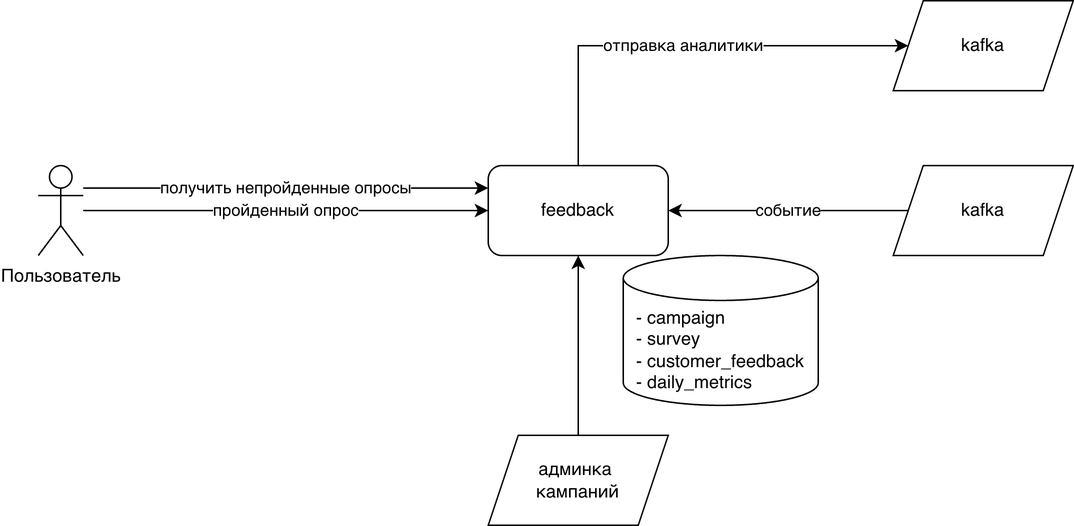
Above: mentoring-feedback.drawio.png in panyukovnn/mentoring-feedback-requirements (draw.io), before the change. Source tidied: cells renumbered, new cells last; positions are measured from the earlier drawing's top-left corner, leaving out a move shared by most shapes.
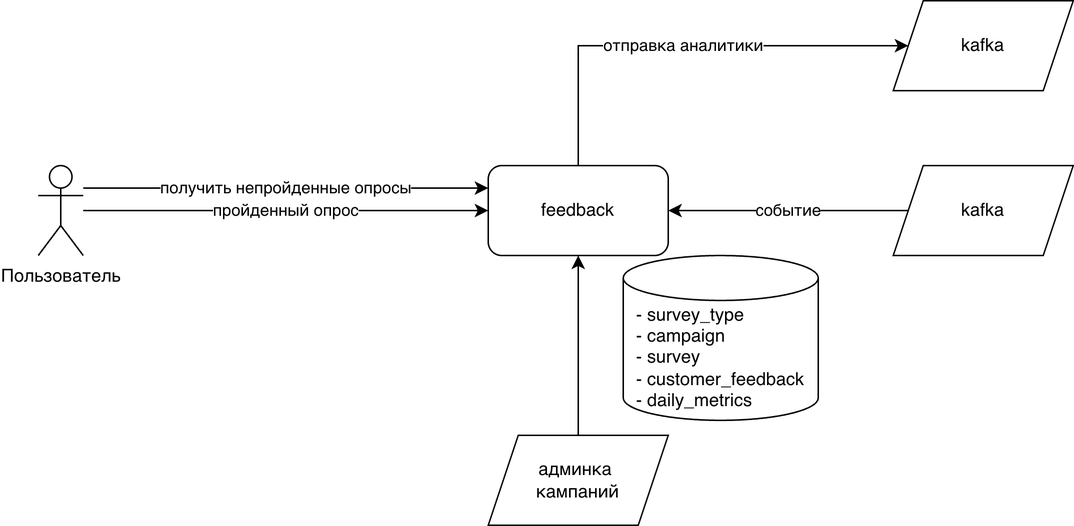
Later version of the same file.

Change to the diagram source:
```diff
@@ -12,9 +12,9 @@
     <mxCell id="3" value="feedback" style="rounded=1;whiteSpace=wrap;html=1;" parent="1" vertex="1">
       <mxGeometry x="300" y="110" width="120" height="60" as="geometry" />
     </mxCell>
-    <mxCell id="4" value="&lt;div style=&quot;text-align: left;&quot;&gt;&lt;span style=&quot;background-color: transparent; color: light-dark(rgb(0, 0, 0), rgb(255, 255, 255));&quot;&gt;- campaign&lt;/span&gt;&lt;/div&gt;&lt;div style=&quot;text-align: left;&quot;&gt;- survey&lt;/div&gt;&lt;div&gt;- customer_feedback&lt;/div&gt;&lt;div style=&quot;text-align: left;&quot;&gt;- daily_metrics&lt;/div&gt;" style="shape=cylinder3;whiteSpace=wrap;html=1;boundedLbl=1;backgroundOutline=1;size=15;" parent="1" vertex="1">
-      <mxGeometry x="390" y="170" width="130" height="100" as="geometry" />
-    </mxCell>
+    <mxCell id="13" value="&lt;div style=&quot;text-align: left;&quot;&gt;&lt;span style=&quot;background-color: transparent; color: light-dark(rgb(0, 0, 0), rgb(255, 255, 255));&quot;&gt;- survey_type&lt;/span&gt;&lt;/div&gt;&lt;div style=&quot;text-align: left;&quot;&gt;&lt;span style=&quot;background-color: transparent; color: light-dark(rgb(0, 0, 0), rgb(255, 255, 255));&quot;&gt;- campaign&lt;/span&gt;&lt;/div&gt;&lt;div style=&quot;text-align: left;&quot;&gt;- survey&lt;/div&gt;&lt;div&gt;- customer_feedback&lt;/div&gt;&lt;div style=&quot;text-align: left;&quot;&gt;- daily_metrics&lt;/div&gt;" style="shape=cylinder3;whiteSpace=wrap;html=1;boundedLbl=1;backgroundOutline=1;size=15;" parent="1" vertex="1">
+      <mxGeometry x="390" y="170" width="130" height="110" as="geometry" />
+    </mxCell>
     <mxCell id="5" value="событие" style="edgeStyle=orthogonalEdgeStyle;rounded=0;jettySize=auto;html=1;" parent="1" edge="1" source="6" target="3">
       <mxGeometry relative="1" as="geometry" />
     </mxCell>
```
